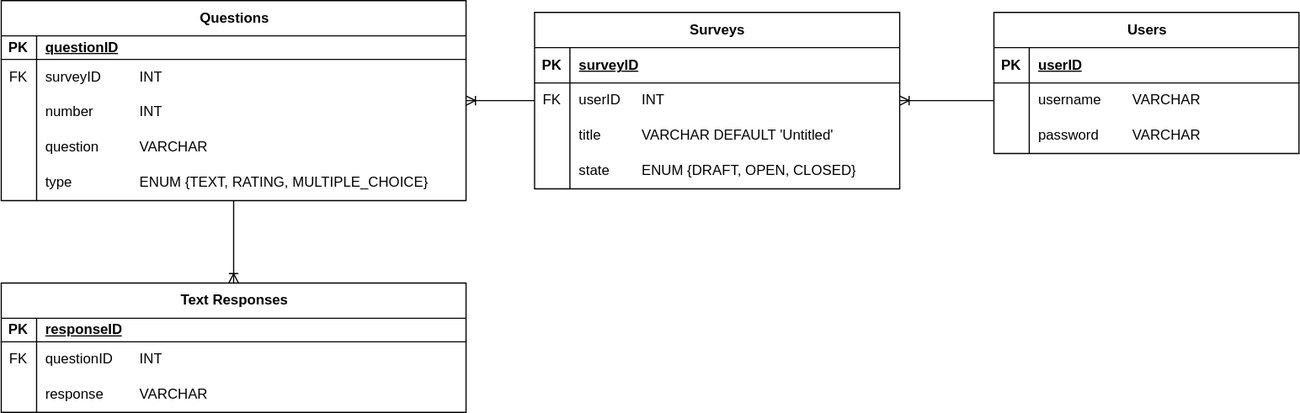
This is diagrams/db-schema.svg from JackieSL1/mini-survery-monkey, a draw.io export, as it was before one commit. Source tidied: cells renumbered, new cells last; positions are measured from the earlier drawing's top-left corner, leaving out a move shared by most shapes.
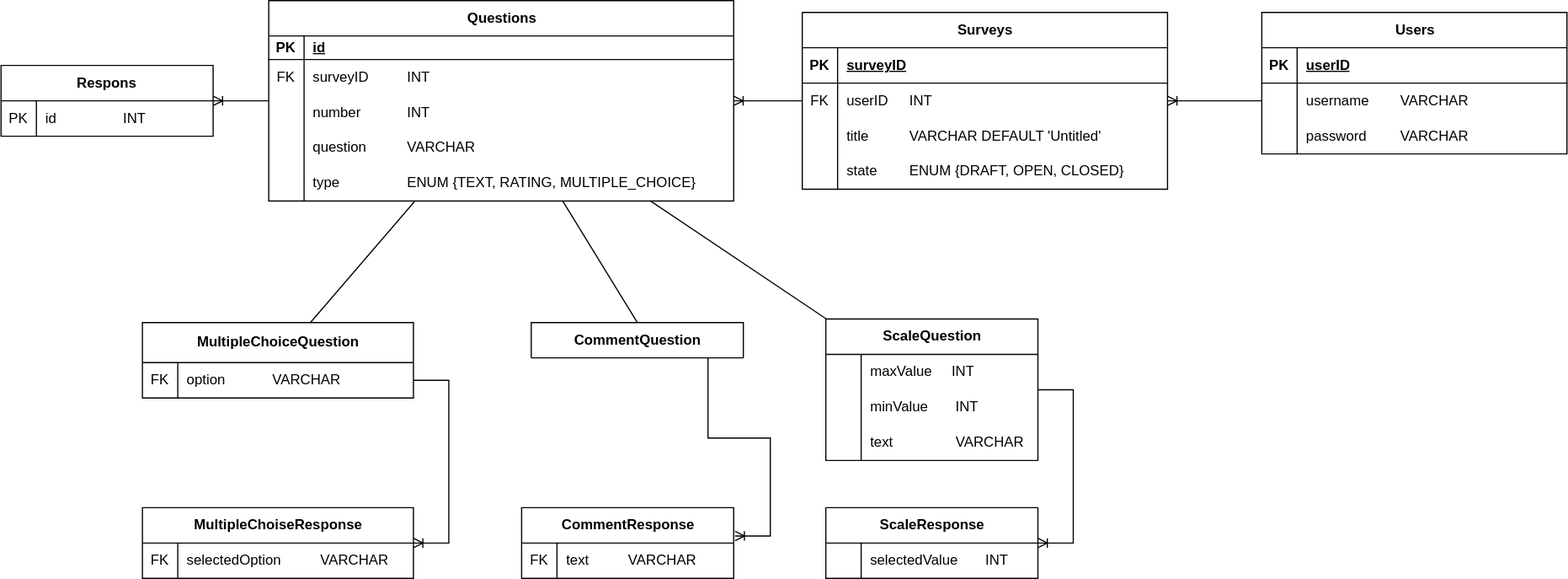
After the change.

Commit message:
I fixed the tests and I updated database schema

What changed in the source:
```diff
@@ -59,7 +59,7 @@
     <mxCell id="20" value="PK" style="shape=partialRectangle;fillColor=none;top=0;left=0;bottom=0;right=0;fontStyle=1;overflow=hidden;whiteSpace=wrap;html=1;" parent="19" vertex="1">
       <mxGeometry width="30" height="20" as="geometry" />
     </mxCell>
-    <mxCell id="21" value="questionID" style="shape=partialRectangle;fillColor=none;top=0;left=0;bottom=0;right=0;align=left;spacingLeft=6;fontStyle=5;overflow=hidden;whiteSpace=wrap;html=1;" parent="19" vertex="1">
+    <mxCell id="21" value="id" style="shape=partialRectangle;fillColor=none;top=0;left=0;bottom=0;right=0;align=left;spacingLeft=6;fontStyle=5;overflow=hidden;whiteSpace=wrap;html=1;" parent="19" vertex="1">
       <mxGeometry x="30" width="364.6" height="20" as="geometry" />
     </mxCell>
     <mxCell id="22" style="shape=tableRow;horizontal=0;startSize=0;swimlaneHead=0;swimlaneBody=0;fillColor=none;top=0;left=0;right=0;bottom=0;" parent="18" vertex="1">
@@ -128,41 +128,160 @@
     <mxCell id="43" value="password&lt;span style=&quot;white-space: pre;&quot;&gt;&#9;&lt;/span&gt;&lt;span style=&quot;white-space: pre;&quot;&gt;&#9;&lt;/span&gt;VARCHAR" style="shape=partialRectangle;fillColor=none;top=0;left=0;bottom=0;right=0;align=left;spacingLeft=6;overflow=hidden;whiteSpace=wrap;html=1;" parent="41" vertex="1">
       <mxGeometry x="30" width="229" height="30" as="geometry" />
     </mxCell>
-    <mxCell id="44" value="Text Responses" style="shape=table;startSize=30;rowLines=0;fontStyle=1;align=center;html=1;" parent="1" vertex="1">
-      <mxGeometry x="0.2" y="240" width="394.6" height="110" as="geometry" />
-    </mxCell>
-    <mxCell id="45" style="shape=tableRow;horizontal=0;startSize=0;swimlaneHead=0;swimlaneBody=0;fillColor=none;top=0;left=0;right=0;bottom=1;" parent="44" vertex="1">
-      <mxGeometry y="30" width="394.6" height="20" as="geometry" />
-    </mxCell>
+    <mxCell id="54" style="edgeStyle=orthogonalEdgeStyle;rounded=0;jettySize=auto;html=1;endArrow=ERoneToMany;endFill=0;exitX=0;exitY=0.5;exitDx=0;exitDy=0;entryX=1;entryY=0.5;entryDx=0;entryDy=0;" parent="1" edge="1" source="38" target="6">
+      <mxGeometry relative="1" as="geometry" />
+    </mxCell>
+    <mxCell id="56" value="Respons" style="shape=table;startSize=30;rowLines=0;fontStyle=1;align=center;html=1;whiteSpace=wrap;" parent="1" vertex="1">
+      <mxGeometry x="-227" y="55" width="180" height="60" as="geometry" />
+    </mxCell>
+    <mxCell id="57" style="shape=tableRow;horizontal=0;startSize=0;swimlaneHead=0;swimlaneBody=0;fillColor=none;top=0;left=0;right=0;bottom=0;html=1;" parent="56" vertex="1">
+      <mxGeometry y="30" width="180" height="30" as="geometry" />
+    </mxCell>
-    <mxCell id="46" value="PK" style="shape=partialRectangle;fillColor=none;top=0;left=0;bottom=0;right=0;fontStyle=1;overflow=hidden;whiteSpace=wrap;html=1;" parent="45" vertex="1">
-      <mxGeometry width="30" height="20" as="geometry" />
+    <mxCell id="46" value="PK" style="shape=partialRectangle;fillColor=none;top=0;left=0;bottom=0;right=0;overflow=hidden;html=1;whiteSpace=wrap;" parent="57" vertex="1">
+      <mxGeometry width="30" height="30" as="geometry" />
     </mxCell>
-    <mxCell id="47" value="responseID" style="shape=partialRectangle;fillColor=none;top=0;left=0;bottom=0;right=0;align=left;spacingLeft=6;fontStyle=5;overflow=hidden;whiteSpace=wrap;html=1;" parent="45" vertex="1">
-      <mxGeometry x="30" width="364.6" height="20" as="geometry" />
-    </mxCell>
-    <mxCell id="48" style="shape=tableRow;horizontal=0;startSize=0;swimlaneHead=0;swimlaneBody=0;fillColor=none;top=0;left=0;right=0;bottom=0;" parent="44" vertex="1">
-      <mxGeometry y="50" width="394.6" height="30" as="geometry" />
-    </mxCell>
-    <mxCell id="49" value="FK" style="shape=partialRectangle;fillColor=none;top=0;left=0;bottom=0;right=0;overflow=hidden;whiteSpace=wrap;html=1;" parent="48" vertex="1">
-      <mxGeometry width="30" height="30" as="geometry" />
-    </mxCell>
-    <mxCell id="50" value="questionID&lt;span style=&quot;white-space: pre;&quot;&gt;&#9;&lt;/span&gt;INT" style="shape=partialRectangle;fillColor=none;top=0;left=0;bottom=0;right=0;align=left;spacingLeft=6;overflow=hidden;whiteSpace=wrap;html=1;" parent="48" vertex="1">
-      <mxGeometry x="30" width="364.6" height="30" as="geometry" />
-    </mxCell>
-    <mxCell id="51" style="shape=tableRow;horizontal=0;startSize=0;swimlaneHead=0;swimlaneBody=0;fillColor=none;top=0;left=0;right=0;bottom=0;" parent="44" vertex="1">
-      <mxGeometry y="80" width="394.6" height="30" as="geometry" />
-    </mxCell>
-    <mxCell id="52" style="shape=partialRectangle;fillColor=none;top=0;left=0;bottom=0;right=0;overflow=hidden;whiteSpace=wrap;html=1;" parent="51" vertex="1">
-      <mxGeometry width="30" height="30" as="geometry" />
-    </mxCell>
-    <mxCell id="53" value="response &lt;span style=&quot;white-space: pre;&quot;&gt;&#9;&lt;/span&gt;VARCHAR" style="shape=partialRectangle;fillColor=none;top=0;left=0;bottom=0;right=0;align=left;spacingLeft=6;overflow=hidden;whiteSpace=wrap;html=1;" parent="51" vertex="1">
-      <mxGeometry x="30" width="364.6" height="30" as="geometry" />
-    </mxCell>
-    <mxCell id="54" style="edgeStyle=orthogonalEdgeStyle;rounded=0;jettySize=auto;html=1;endArrow=ERoneToMany;endFill=0;exitX=0;exitY=0.5;exitDx=0;exitDy=0;entryX=1;entryY=0.5;entryDx=0;entryDy=0;" parent="1" edge="1" source="38" target="6">
-      <mxGeometry relative="1" as="geometry" />
-    </mxCell>
-    <mxCell id="55" style="edgeStyle=orthogonalEdgeStyle;rounded=0;jettySize=auto;html=1;endArrow=ERoneToMany;endFill=0;entryX=0.5;entryY=0;entryDx=0;entryDy=0;exitX=0.5;exitY=1;exitDx=0;exitDy=0;" parent="1" edge="1" source="18" target="44">
-      <mxGeometry relative="1" as="geometry" />
-    </mxCell>
+    <mxCell id="58" value="id&amp;nbsp; &amp;nbsp; &amp;nbsp; &amp;nbsp; &amp;nbsp; &amp;nbsp; &amp;nbsp; &amp;nbsp; &amp;nbsp;INT" style="shape=partialRectangle;fillColor=none;top=0;left=0;bottom=0;right=0;align=left;spacingLeft=6;overflow=hidden;html=1;whiteSpace=wrap;" parent="57" vertex="1">
+      <mxGeometry x="30" width="150" height="30" as="geometry" />
+    </mxCell>
+    <mxCell id="59" value="CommentResponse" style="shape=table;startSize=30;rowLines=0;fontStyle=1;align=center;html=1;" parent="1" vertex="1">
+      <mxGeometry x="214.8" y="430" width="180" height="60" as="geometry" />
+    </mxCell>
+    <mxCell id="60" style="shape=tableRow;horizontal=0;startSize=0;swimlaneHead=0;swimlaneBody=0;fillColor=none;top=0;left=0;right=0;bottom=0;" parent="59" vertex="1">
+      <mxGeometry y="30" width="180" height="30" as="geometry" />
+    </mxCell>
+    <mxCell id="61" value="FK" style="shape=partialRectangle;fillColor=none;top=0;left=0;bottom=0;right=0;overflow=hidden;whiteSpace=wrap;html=1;" parent="60" vertex="1">
+      <mxGeometry width="30" height="30" as="geometry" />
+    </mxCell>
+    <mxCell id="62" value="text&amp;nbsp; &amp;nbsp; &amp;nbsp; &amp;nbsp; &amp;nbsp; VARCHAR" style="shape=partialRectangle;fillColor=none;top=0;left=0;bottom=0;right=0;align=left;spacingLeft=6;overflow=hidden;whiteSpace=wrap;html=1;" parent="60" vertex="1">
+      <mxGeometry x="30" width="150" height="30" as="geometry" />
+    </mxCell>
+    <mxCell id="63" value="ScaleResponse" style="shape=table;startSize=30;rowLines=0;fontStyle=1;align=center;html=1;" parent="1" vertex="1">
+      <mxGeometry x="473" y="430" width="180" height="60" as="geometry" />
+    </mxCell>
+    <mxCell id="64" style="shape=tableRow;horizontal=0;startSize=0;swimlaneHead=0;swimlaneBody=0;fillColor=none;top=0;left=0;right=0;bottom=0;" parent="63" vertex="1">
+      <mxGeometry y="30" width="180" height="30" as="geometry" />
+    </mxCell>
+    <mxCell id="65" style="shape=partialRectangle;fillColor=none;top=0;left=0;bottom=0;right=0;overflow=hidden;whiteSpace=wrap;html=1;" parent="64" vertex="1">
+      <mxGeometry width="30" height="30" as="geometry" />
+    </mxCell>
+    <mxCell id="66" value="selectedValue&amp;nbsp; &amp;nbsp; &amp;nbsp; &amp;nbsp;INT" style="shape=partialRectangle;fillColor=none;top=0;left=0;bottom=0;right=0;align=left;spacingLeft=6;overflow=hidden;whiteSpace=wrap;html=1;" parent="64" vertex="1">
+      <mxGeometry x="30" width="150" height="30" as="geometry" />
+    </mxCell>
+    <mxCell id="67" value="MultipleChoiseResponse" style="shape=table;startSize=30;rowLines=0;fontStyle=1;align=center;html=1;" parent="1" vertex="1">
+      <mxGeometry x="-107" y="430" width="230" height="60" as="geometry" />
+    </mxCell>
+    <mxCell id="68" style="shape=tableRow;horizontal=0;startSize=0;swimlaneHead=0;swimlaneBody=0;fillColor=none;top=0;left=0;right=0;bottom=0;" parent="67" vertex="1">
+      <mxGeometry y="30" width="230" height="30" as="geometry" />
+    </mxCell>
+    <mxCell id="69" value="FK" style="shape=partialRectangle;fillColor=none;top=0;left=0;bottom=0;right=0;overflow=hidden;whiteSpace=wrap;html=1;" parent="68" vertex="1">
+      <mxGeometry width="30" height="30" as="geometry" />
+    </mxCell>
+    <mxCell id="70" value="selectedOption&amp;nbsp; &amp;nbsp; &amp;nbsp; &amp;nbsp; &amp;nbsp; VARCHAR&amp;nbsp; &amp;nbsp;" style="shape=partialRectangle;fillColor=none;top=0;left=0;bottom=0;right=0;align=left;spacingLeft=6;overflow=hidden;whiteSpace=wrap;html=1;" parent="68" vertex="1">
+      <mxGeometry x="30" width="200" height="30" as="geometry" />
+    </mxCell>
+    <mxCell id="71" value="MultipleChoiceQuestion" style="shape=table;startSize=34;rowLines=0;fontStyle=1;align=center;html=1;" parent="1" vertex="1">
+      <mxGeometry x="-107" y="273" width="230" height="64" as="geometry" />
+    </mxCell>
+    <mxCell id="72" style="shape=tableRow;horizontal=0;startSize=0;swimlaneHead=0;swimlaneBody=0;fillColor=none;points=[[0,0.5],[1,0.5]];portConstraint=eastwest;top=0;left=0;right=0;bottom=0;" parent="71" vertex="1">
+      <mxGeometry y="34" width="230" height="30" as="geometry" />
+    </mxCell>
+    <mxCell id="73" value="FK" style="shape=partialRectangle;fillColor=none;top=0;left=0;bottom=0;right=0;overflow=hidden;whiteSpace=wrap;html=1;" parent="72" vertex="1">
+      <mxGeometry width="30" height="30" as="geometry" />
+    </mxCell>
+    <mxCell id="74" value="option&amp;nbsp; &amp;nbsp; &amp;nbsp; &amp;nbsp; &amp;nbsp; &amp;nbsp; VARCHAR" style="shape=partialRectangle;fillColor=none;top=0;left=0;bottom=0;right=0;align=left;spacingLeft=6;overflow=hidden;whiteSpace=wrap;html=1;" parent="72" vertex="1">
+      <mxGeometry x="30" width="200" height="30" as="geometry" />
+    </mxCell>
+    <mxCell id="75" value="ScaleQuestion" style="shape=table;startSize=30;rowLines=0;fontStyle=1;align=center;html=1;" parent="1" vertex="1">
+      <mxGeometry x="473" y="270" width="180" height="120" as="geometry" />
+    </mxCell>
+    <mxCell id="76" style="shape=tableRow;horizontal=0;startSize=0;swimlaneHead=0;swimlaneBody=0;fillColor=none;top=0;left=0;right=0;bottom=0;" parent="75" vertex="1">
+      <mxGeometry y="30" width="180" height="30" as="geometry" />
+    </mxCell>
+    <mxCell id="77" style="shape=partialRectangle;fillColor=none;top=0;left=0;bottom=0;right=0;overflow=hidden;whiteSpace=wrap;html=1;" parent="76" vertex="1">
+      <mxGeometry width="30" height="30" as="geometry" />
+    </mxCell>
+    <mxCell id="78" value="maxValue&amp;nbsp; &amp;nbsp; &amp;nbsp;INT" style="shape=partialRectangle;fillColor=none;top=0;left=0;bottom=0;right=0;align=left;spacingLeft=6;overflow=hidden;whiteSpace=wrap;html=1;" parent="76" vertex="1">
+      <mxGeometry x="30" width="150" height="30" as="geometry" />
+    </mxCell>
+    <mxCell id="79" style="shape=tableRow;horizontal=0;startSize=0;swimlaneHead=0;swimlaneBody=0;fillColor=none;top=0;left=0;right=0;bottom=0;" parent="75" vertex="1">
+      <mxGeometry y="60" width="180" height="30" as="geometry" />
+    </mxCell>
+    <mxCell id="80" style="shape=partialRectangle;fillColor=none;top=0;left=0;bottom=0;right=0;overflow=hidden;whiteSpace=wrap;html=1;" parent="79" vertex="1">
+      <mxGeometry width="30" height="30" as="geometry" />
+    </mxCell>
+    <mxCell id="81" value="minValue&amp;nbsp; &amp;nbsp; &amp;nbsp; &amp;nbsp;INT" style="shape=partialRectangle;fillColor=none;top=0;left=0;bottom=0;right=0;align=left;spacingLeft=6;overflow=hidden;whiteSpace=wrap;html=1;" parent="79" vertex="1">
+      <mxGeometry x="30" width="150" height="30" as="geometry" />
+    </mxCell>
+    <mxCell id="82" style="shape=tableRow;horizontal=0;startSize=0;swimlaneHead=0;swimlaneBody=0;fillColor=none;top=0;left=0;right=0;bottom=0;" parent="75" vertex="1">
+      <mxGeometry y="90" width="180" height="30" as="geometry" />
+    </mxCell>
+    <mxCell id="83" style="shape=partialRectangle;fillColor=none;top=0;left=0;bottom=0;right=0;overflow=hidden;whiteSpace=wrap;html=1;" parent="82" vertex="1">
+      <mxGeometry width="30" height="30" as="geometry" />
+    </mxCell>
+    <mxCell id="84" value="text&amp;nbsp; &amp;nbsp; &amp;nbsp; &amp;nbsp; &amp;nbsp; &amp;nbsp; &amp;nbsp; &amp;nbsp; VARCHAR" style="shape=partialRectangle;fillColor=none;top=0;left=0;bottom=0;right=0;align=left;spacingLeft=6;overflow=hidden;whiteSpace=wrap;html=1;" parent="82" vertex="1">
+      <mxGeometry x="30" width="150" height="30" as="geometry" />
+    </mxCell>
+    <mxCell id="85" style="edgeStyle=entityRelationEdgeStyle;fontSize=12;html=1;endArrow=ERoneToMany;rounded=0;" parent="1" edge="1" source="72" target="67">
+      <mxGeometry relative="1" as="geometry">
+        <Array as="points">
+          <mxPoint x="73" y="350" />
+          <mxPoint x="73" y="380" />
+          <mxPoint x="73" y="380" />
+        </Array>
+      </mxGeometry>
+    </mxCell>
+    <mxCell id="86" style="endArrow=none;html=1;rounded=0;" parent="1" edge="1" source="18" target="71">
+      <mxGeometry relative="1" as="geometry" />
+    </mxCell>
+    <mxCell id="87" style="endArrow=none;html=1;rounded=0;entryX=0.5;entryY=0;entryDx=0;entryDy=0;" parent="1" edge="1" source="18" target="89">
+      <mxGeometry relative="1" as="geometry" />
+    </mxCell>
+    <mxCell id="88" style="edgeStyle=entityRelationEdgeStyle;fontSize=12;html=1;endArrow=ERoneToMany;rounded=0;exitX=1;exitY=0.5;exitDx=0;exitDy=0;entryX=1.006;entryY=0.4;entryDx=0;entryDy=0;entryPerimeter=0;" parent="1" edge="1" source="89" target="59">
+      <mxGeometry relative="1" as="geometry">
+        <Array as="points">
+          <mxPoint x="483" y="280" />
+          <mxPoint x="533" y="320" />
+          <mxPoint x="433" y="400" />
+          <mxPoint x="513" y="310" />
+          <mxPoint x="433" y="410" />
+          <mxPoint x="493" y="370" />
+          <mxPoint x="503" y="300" />
+          <mxPoint x="543" y="360" />
+          <mxPoint x="533" y="310" />
+          <mxPoint x="493" y="340" />
+          <mxPoint x="533" y="350" />
+          <mxPoint x="543" y="350" />
+          <mxPoint x="533" y="350" />
+          <mxPoint x="523" y="350" />
+        </Array>
+      </mxGeometry>
+    </mxCell>
+    <mxCell id="89" value="CommentQuestion" style="shape=table;startSize=30;rowLines=0;fontStyle=1;align=center;html=1;" parent="1" vertex="1">
+      <mxGeometry x="223" y="273" width="180" height="30" as="geometry" />
+    </mxCell>
+    <mxCell id="90" style="edgeStyle=entityRelationEdgeStyle;fontSize=12;html=1;endArrow=ERoneToMany;rounded=0;" parent="1" edge="1" source="18" target="56">
+      <mxGeometry relative="1" as="geometry" />
+    </mxCell>
+    <mxCell id="91" style="endArrow=none;html=1;rounded=0;" parent="1" edge="1" source="18" target="75">
+      <mxGeometry relative="1" as="geometry" />
+    </mxCell>
+    <mxCell id="92" style="edgeStyle=entityRelationEdgeStyle;fontSize=12;html=1;endArrow=ERoneToMany;rounded=0;" parent="1" edge="1" source="75" target="63">
+      <mxGeometry relative="1" as="geometry">
+        <Array as="points">
+          <mxPoint x="512" y="399" />
+          <mxPoint x="562" y="439" />
+          <mxPoint x="542" y="429" />
+          <mxPoint x="522" y="489" />
+          <mxPoint x="532" y="419" />
+          <mxPoint x="572" y="479" />
+          <mxPoint x="562" y="429" />
+          <mxPoint x="522" y="459" />
+          <mxPoint x="562" y="469" />
+          <mxPoint x="572" y="469" />
+          <mxPoint x="562" y="469" />
+          <mxPoint x="552" y="469" />
+        </Array>
+      </mxGeometry>
+    </mxCell>
   </root>
 </mxGraphModel>
```
